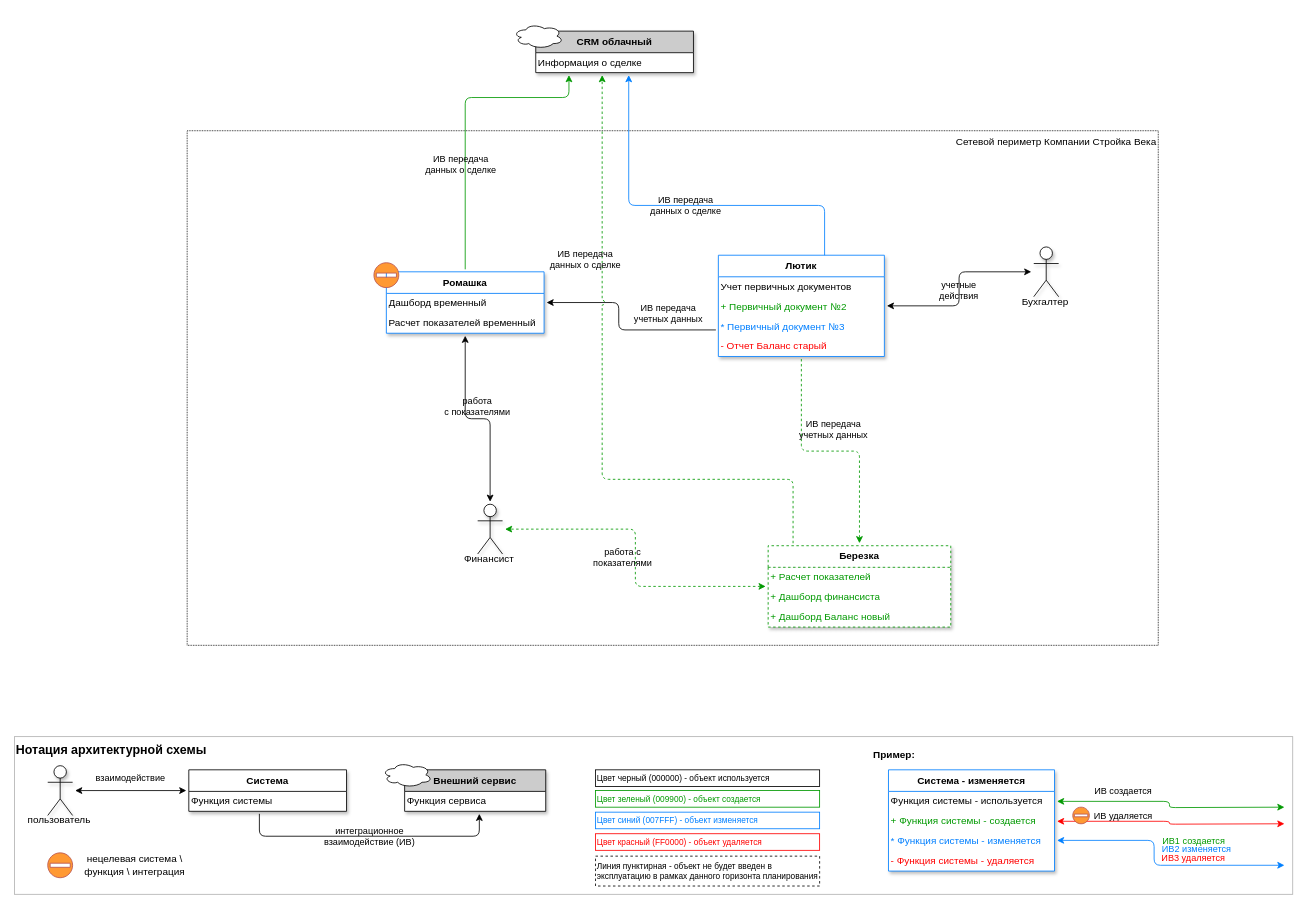
Earlier version of the draw.io diagram templates/L1-diagram-template.drawio (AndrewBiz/tarpar). Source tidied: cells renumbered, new cells numbered last; positions are measured from the earlier drawing's top-left corner, leaving out a move shared by most shapes. Both pictures are drawn from the tidied source at 83%, with x=0, y=0 at pixel (14, 14).
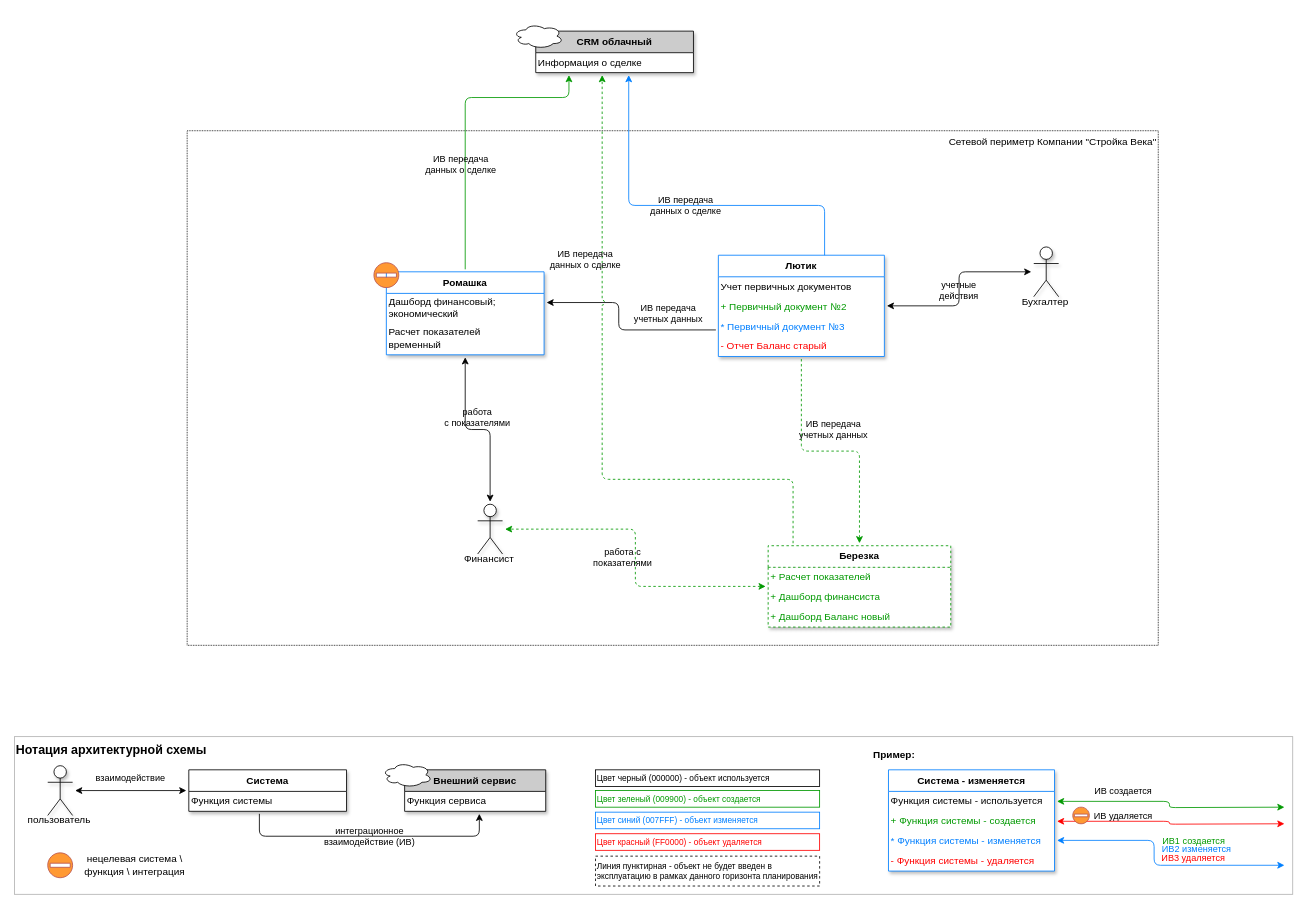
The same diagram, later.

Commit message (it also covers changes not shown here):
fix #2 (normalize strings)

Change to the diagram source:
```diff
@@
-    <mxCell id="32" value="Сетевой периметр Компании Стройка Века" style="rounded=0;whiteSpace=wrap;html=1;fillColor=default;verticalAlign=top;align=right;dashed=1;dashPattern=1 1;shadow=0;" parent="31" vertex="1">
+    <mxCell id="32" value="Сетевой периметр Компании &quot;Стройка Века&quot;" style="rounded=0;whiteSpace=wrap;html=1;fillColor=default;verticalAlign=top;align=right;dashed=1;dashPattern=1 1;shadow=0;" parent="31" vertex="1">
       <mxGeometry x="208" y="140" width="1170" height="620" as="geometry" />
     </mxCell>
     <mxCell id="33" value="Ромашка" style="swimlane;strokeColor=#007FFF;rounded=0;strokeWidth=1;fontStyle=1;horizontal=1;startSize=26;fillColor=default;whiteSpace=wrap;labelBackgroundColor=none;swimlaneFillColor=#FFFFFF;swimlaneLine=1;shadow=1;glass=0;fixDash=0;movableLabel=0;noLabel=0;snapToPoint=0;perimeter=rectanglePerimeter;enumerate=0;comic=0;spacing=0;" parent="31" vertex="1">
-      <mxGeometry x="448" y="310" width="190" height="74" as="geometry" />
+      <mxGeometry x="448" y="310" width="190" height="100" as="geometry" />
     </mxCell>
-    <mxCell id="34" value="Дашборд временный" style="text;strokeColor=none;fillColor=none;align=left;verticalAlign=middle;spacingLeft=0;spacingRight=0;overflow=hidden;whiteSpace=wrap;fontColor=#000000;noLabel=0;enumerate=0;textShadow=0;labelPosition=center;verticalLabelPosition=middle;spacing=3;" parent="33" vertex="1">
-      <mxGeometry y="26" width="190" height="24" as="geometry" />
+    <mxCell id="34" value="Дашборд финансовый; экономический" style="text;strokeColor=none;fillColor=none;align=left;verticalAlign=middle;spacingLeft=0;spacingRight=0;overflow=hidden;whiteSpace=wrap;fontColor=#000000;noLabel=0;enumerate=0;textShadow=0;labelPosition=center;verticalLabelPosition=middle;spacing=3;" parent="33" vertex="1">
+      <mxGeometry y="26" width="190" height="34" as="geometry" />
     </mxCell>
-    <mxCell id="35" value="Расчет показателей временный" style="text;strokeColor=none;fillColor=none;align=left;verticalAlign=middle;spacingLeft=0;spacingRight=0;overflow=hidden;whiteSpace=wrap;fontColor=#000000;noLabel=0;enumerate=0;textShadow=0;labelPosition=center;verticalLabelPosition=middle;spacing=3;" parent="33" vertex="1">
-      <mxGeometry y="50" width="190" height="24" as="geometry" />
+    <mxCell id="35" value="Расчет показателей&#10;временный" style="text;strokeColor=none;fillColor=none;align=left;verticalAlign=middle;spacingLeft=0;spacingRight=0;overflow=hidden;whiteSpace=wrap;fontColor=#000000;noLabel=0;enumerate=0;textShadow=0;labelPosition=center;verticalLabelPosition=middle;spacing=3;" parent="33" vertex="1">
+      <mxGeometry y="60" width="190" height="40" as="geometry" />
     </mxCell>
```
